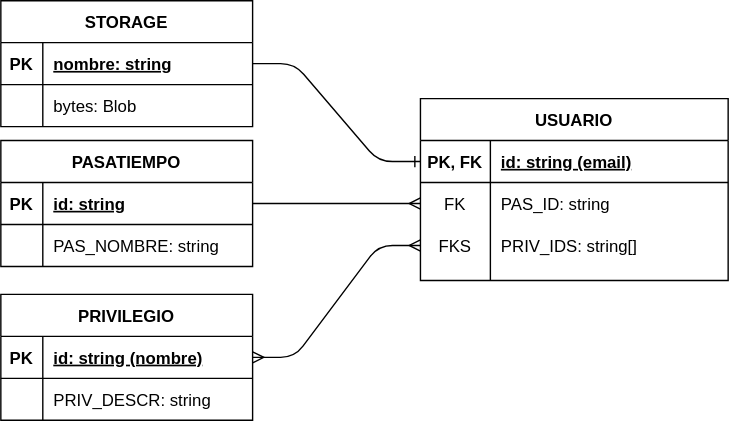
gilpgprap/gilpgprap.github.io keeps this draw.io diagram as img/no_sql.svg. Above is the earlier version. Source tidied: cells renumbered, new cells last; positions are measured from the earlier drawing's top-left corner, leaving out a move shared by most shapes.
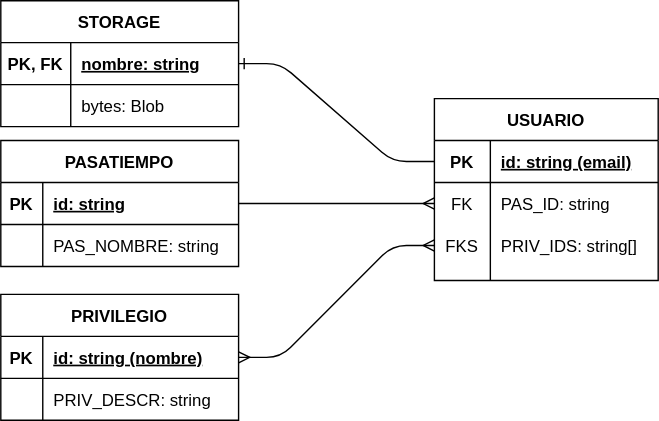
Later version of the same file.

Commit message:
corrige diagramas

Diff of the diagram source:
```diff
@@ -3,48 +3,48 @@
     <mxCell id="0" />
     <mxCell id="1" parent="0" />
     <mxCell id="2" value="STORAGE" style="shape=table;startSize=30;rowLines=0;fontStyle=1;align=center;" parent="1" vertex="1">
-      <mxGeometry width="180" height="90" as="geometry" />
+      <mxGeometry width="170" height="90" as="geometry" />
     </mxCell>
     <mxCell id="3" style="shape=partialRectangle;fillColor=none;top=0;left=0;bottom=1;right=0;points=[[0,0.5],[1,0.5]];portConstraint=eastwest;" parent="2" vertex="1">
-      <mxGeometry y="30" width="180" height="30" as="geometry" />
+      <mxGeometry y="30" width="170" height="30" as="geometry" />
     </mxCell>
-    <mxCell id="4" value="PK" style="shape=partialRectangle;fillColor=none;top=0;left=0;bottom=0;right=0;fontStyle=1;overflow=hidden;" parent="3" vertex="1">
-      <mxGeometry width="30" height="30" as="geometry" />
+    <mxCell id="4" value="PK, FK" style="shape=partialRectangle;fillColor=none;top=0;left=0;bottom=0;right=0;fontStyle=1;overflow=hidden;" parent="3" vertex="1">
+      <mxGeometry width="50" height="30" as="geometry" />
     </mxCell>
     <mxCell id="5" value="nombre: string" style="shape=partialRectangle;fillColor=none;top=0;left=0;bottom=0;right=0;align=left;spacingLeft=6;fontStyle=5;overflow=hidden;" parent="3" vertex="1">
-      <mxGeometry x="30" width="150" height="30" as="geometry" />
+      <mxGeometry x="50" width="120" height="30" as="geometry" />
     </mxCell>
     <mxCell id="6" style="shape=partialRectangle;fillColor=none;top=0;left=0;bottom=0;right=0;" parent="2" vertex="1">
-      <mxGeometry y="60" width="180" height="30" as="geometry" />
+      <mxGeometry y="60" width="170" height="30" as="geometry" />
     </mxCell>
     <mxCell id="7" style="shape=partialRectangle;fillColor=none;top=0;left=0;bottom=0;right=0;overflow=hidden;" parent="6" vertex="1">
-      <mxGeometry width="30" height="30" as="geometry" />
+      <mxGeometry width="50" height="30" as="geometry" />
     </mxCell>
     <mxCell id="8" value="bytes: Blob" style="shape=partialRectangle;fillColor=none;top=0;left=0;bottom=0;right=0;align=left;spacingLeft=6;overflow=hidden;" parent="6" vertex="1">
-      <mxGeometry x="30" width="150" height="30" as="geometry" />
+      <mxGeometry x="50" width="120" height="30" as="geometry" />
     </mxCell>
     <mxCell id="9" value="PRIVILEGIO" style="shape=table;startSize=30;rowLines=0;fontStyle=1;align=center;" parent="1" vertex="1">
-      <mxGeometry y="210" width="180" height="90" as="geometry" />
+      <mxGeometry y="210" width="170" height="90" as="geometry" />
     </mxCell>
     <mxCell id="10" style="shape=partialRectangle;fillColor=none;top=0;left=0;bottom=1;right=0;points=[[0,0.5],[1,0.5]];portConstraint=eastwest;" parent="9" vertex="1">
-      <mxGeometry y="30" width="180" height="30" as="geometry" />
+      <mxGeometry y="30" width="170" height="30" as="geometry" />
     </mxCell>
     <mxCell id="11" value="PK" style="shape=partialRectangle;fillColor=none;top=0;left=0;bottom=0;right=0;fontStyle=1;overflow=hidden;" parent="10" vertex="1">
       <mxGeometry width="30" height="30" as="geometry" />
     </mxCell>
     <mxCell id="12" value="id: string (nombre)" style="shape=partialRectangle;fillColor=none;top=0;left=0;bottom=0;right=0;align=left;spacingLeft=6;fontStyle=5;overflow=hidden;" parent="10" vertex="1">
-      <mxGeometry x="30" width="150" height="30" as="geometry" />
+      <mxGeometry x="30" width="140" height="30" as="geometry" />
     </mxCell>
     <mxCell id="13" style="shape=partialRectangle;fillColor=none;top=0;left=0;bottom=0;right=0;" parent="9" vertex="1">
-      <mxGeometry y="60" width="180" height="30" as="geometry" />
+      <mxGeometry y="60" width="170" height="30" as="geometry" />
     </mxCell>
     <mxCell id="14" style="shape=partialRectangle;fillColor=none;top=0;left=0;bottom=0;right=0;overflow=hidden;" parent="13" vertex="1">
       <mxGeometry width="30" height="30" as="geometry" />
     </mxCell>
     <mxCell id="15" value="PRIV_DESCR: string" style="shape=partialRectangle;fillColor=none;top=0;left=0;bottom=0;right=0;align=left;spacingLeft=6;overflow=hidden;" parent="13" vertex="1">
-      <mxGeometry x="30" width="150" height="30" as="geometry" />
+      <mxGeometry x="30" width="140" height="30" as="geometry" />
     </mxCell>
-    <mxCell id="16" style="edgeStyle=entityRelationEdgeStyle;fontSize=12;html=1;endArrow=ERone;endFill=1;exitX=1;exitY=0.5;exitDx=0;exitDy=0;entryX=0;entryY=0.5;entryDx=0;entryDy=0;" parent="1" edge="1" source="3" target="20">
+    <mxCell id="16" style="edgeStyle=entityRelationEdgeStyle;fontSize=12;html=1;endArrow=none;endFill=0;exitX=1;exitY=0.5;exitDx=0;exitDy=0;entryX=0;entryY=0.5;entryDx=0;entryDy=0;startArrow=ERone;startFill=0;" parent="1" edge="1" source="3" target="20">
       <mxGeometry relative="1" as="geometry" />
     </mxCell>
     <mxCell id="17" style="edgeStyle=entityRelationEdgeStyle;fontSize=12;html=1;endArrow=ERmany;exitX=1;exitY=0.5;exitDx=0;exitDy=0;entryX=0;entryY=0.5;entryDx=0;entryDy=0;" parent="1" edge="1" source="30" target="23">
@@ -53,56 +53,56 @@
     <mxCell id="18" style="edgeStyle=entityRelationEdgeStyle;fontSize=12;html=1;endArrow=ERmany;exitX=1;exitY=0.5;exitDx=0;exitDy=0;entryX=0;entryY=0.5;entryDx=0;entryDy=0;endFill=0;startArrow=ERmany;startFill=0;" parent="1" edge="1" source="10" target="26">
       <mxGeometry relative="1" as="geometry" />
     </mxCell>
+    <mxCell id="29" value="PASATIEMPO" style="shape=table;startSize=30;rowLines=0;fontStyle=1;align=center;" parent="1" vertex="1">
+      <mxGeometry y="100" width="170" height="90" as="geometry" />
+    </mxCell>
+    <mxCell id="30" style="shape=partialRectangle;fillColor=none;top=0;left=0;bottom=1;right=0;points=[[0,0.5],[1,0.5]];portConstraint=eastwest;" parent="29" vertex="1">
+      <mxGeometry y="30" width="170" height="30" as="geometry" />
+    </mxCell>
+    <mxCell id="31" value="PK" style="shape=partialRectangle;fillColor=none;top=0;left=0;bottom=0;right=0;fontStyle=1;overflow=hidden;" parent="30" vertex="1">
+      <mxGeometry width="30" height="30" as="geometry" />
+    </mxCell>
+    <mxCell id="32" value="id: string" style="shape=partialRectangle;fillColor=none;top=0;left=0;bottom=0;right=0;align=left;spacingLeft=6;fontStyle=5;overflow=hidden;" parent="30" vertex="1">
+      <mxGeometry x="30" width="140" height="30" as="geometry" />
+    </mxCell>
+    <mxCell id="33" style="shape=partialRectangle;fillColor=none;top=0;left=0;bottom=0;right=0;" parent="29" vertex="1">
+      <mxGeometry y="60" width="170" height="30" as="geometry" />
+    </mxCell>
+    <mxCell id="34" style="shape=partialRectangle;fillColor=none;top=0;left=0;bottom=0;right=0;overflow=hidden;" parent="33" vertex="1">
+      <mxGeometry width="30" height="30" as="geometry" />
+    </mxCell>
+    <mxCell id="35" value="PAS_NOMBRE: string" style="shape=partialRectangle;fillColor=none;top=0;left=0;bottom=0;right=0;align=left;spacingLeft=6;overflow=hidden;" parent="33" vertex="1">
+      <mxGeometry x="30" width="140" height="30" as="geometry" />
+    </mxCell>
     <mxCell id="19" value="USUARIO" style="shape=table;startSize=30;rowLines=0;fontStyle=1;align=center;" parent="1" vertex="1">
-      <mxGeometry x="300" y="70" width="220" height="130" as="geometry" />
+      <mxGeometry x="310" y="70" width="160" height="130" as="geometry" />
     </mxCell>
     <mxCell id="20" style="shape=partialRectangle;fillColor=none;top=0;left=0;bottom=1;right=0;points=[[0,0.5],[1,0.5]];portConstraint=eastwest;" parent="19" vertex="1">
-      <mxGeometry y="30" width="220" height="30" as="geometry" />
+      <mxGeometry y="30" width="160" height="30" as="geometry" />
     </mxCell>
-    <mxCell id="21" value="PK, FK" style="shape=partialRectangle;fillColor=none;top=0;left=0;bottom=0;right=0;fontStyle=1;overflow=hidden;" parent="20" vertex="1">
-      <mxGeometry width="50" height="30" as="geometry" />
+    <mxCell id="21" value="PK" style="shape=partialRectangle;fillColor=none;top=0;left=0;bottom=0;right=0;fontStyle=1;overflow=hidden;" parent="20" vertex="1">
+      <mxGeometry width="40" height="30" as="geometry" />
     </mxCell>
     <mxCell id="22" value="id: string (email)" style="shape=partialRectangle;fillColor=none;top=0;left=0;bottom=0;right=0;align=left;spacingLeft=6;fontStyle=5;overflow=hidden;" parent="20" vertex="1">
-      <mxGeometry x="50" width="170" height="30" as="geometry" />
+      <mxGeometry x="40" width="120" height="30" as="geometry" />
     </mxCell>
     <mxCell id="23" style="shape=partialRectangle;fillColor=none;top=0;left=0;bottom=0;right=0;points=[[0,0.5],[1,0.5]];portConstraint=eastwest;" parent="19" vertex="1">
-      <mxGeometry y="60" width="220" height="30" as="geometry" />
+      <mxGeometry y="60" width="160" height="30" as="geometry" />
     </mxCell>
     <mxCell id="24" value="FK" style="shape=partialRectangle;fillColor=none;top=0;left=0;bottom=0;right=0;overflow=hidden;" parent="23" vertex="1">
-      <mxGeometry width="50" height="30" as="geometry" />
+      <mxGeometry width="40" height="30" as="geometry" />
     </mxCell>
     <mxCell id="25" value="PAS_ID: string" style="shape=partialRectangle;fillColor=none;top=0;left=0;bottom=0;right=0;align=left;spacingLeft=6;overflow=hidden;" parent="23" vertex="1">
-      <mxGeometry x="50" width="170" height="30" as="geometry" />
+      <mxGeometry x="40" width="120" height="30" as="geometry" />
     </mxCell>
     <mxCell id="26" style="shape=partialRectangle;fillColor=none;top=0;left=0;bottom=0;right=0;points=[[0,0.5],[1,0.5]];portConstraint=eastwest;" parent="19" vertex="1">
-      <mxGeometry y="90" width="220" height="30" as="geometry" />
+      <mxGeometry y="90" width="160" height="30" as="geometry" />
     </mxCell>
     <mxCell id="27" value="FKS" style="shape=partialRectangle;fillColor=none;top=0;left=0;bottom=0;right=0;overflow=hidden;" parent="26" vertex="1">
-      <mxGeometry width="50" height="30" as="geometry" />
+      <mxGeometry width="40" height="30" as="geometry" />
     </mxCell>
     <mxCell id="28" value="PRIV_IDS: string[]" style="shape=partialRectangle;fillColor=none;top=0;left=0;bottom=0;right=0;align=left;spacingLeft=6;overflow=hidden;" parent="26" vertex="1">
-      <mxGeometry x="50" width="170" height="30" as="geometry" />
+      <mxGeometry x="40" width="120" height="30" as="geometry" />
     </mxCell>
-    <mxCell id="29" value="PASATIEMPO" style="shape=table;startSize=30;rowLines=0;fontStyle=1;align=center;" parent="1" vertex="1">
-      <mxGeometry y="100" width="180" height="90" as="geometry" />
-    </mxCell>
-    <mxCell id="30" style="shape=partialRectangle;fillColor=none;top=0;left=0;bottom=1;right=0;points=[[0,0.5],[1,0.5]];portConstraint=eastwest;" parent="29" vertex="1">
-      <mxGeometry y="30" width="180" height="30" as="geometry" />
-    </mxCell>
-    <mxCell id="31" value="PK" style="shape=partialRectangle;fillColor=none;top=0;left=0;bottom=0;right=0;fontStyle=1;overflow=hidden;" parent="30" vertex="1">
-      <mxGeometry width="30" height="30" as="geometry" />
-    </mxCell>
-    <mxCell id="32" value="id: string" style="shape=partialRectangle;fillColor=none;top=0;left=0;bottom=0;right=0;align=left;spacingLeft=6;fontStyle=5;overflow=hidden;" parent="30" vertex="1">
-      <mxGeometry x="30" width="150" height="30" as="geometry" />
-    </mxCell>
-    <mxCell id="33" style="shape=partialRectangle;fillColor=none;top=0;left=0;bottom=0;right=0;" parent="29" vertex="1">
-      <mxGeometry y="60" width="180" height="30" as="geometry" />
-    </mxCell>
-    <mxCell id="34" style="shape=partialRectangle;fillColor=none;top=0;left=0;bottom=0;right=0;overflow=hidden;" parent="33" vertex="1">
-      <mxGeometry width="30" height="30" as="geometry" />
-    </mxCell>
-    <mxCell id="35" value="PAS_NOMBRE: string" style="shape=partialRectangle;fillColor=none;top=0;left=0;bottom=0;right=0;align=left;spacingLeft=6;overflow=hidden;" parent="33" vertex="1">
-      <mxGeometry x="30" width="150" height="30" as="geometry" />
-    </mxCell>
   </root>
 </mxGraphModel>
```
